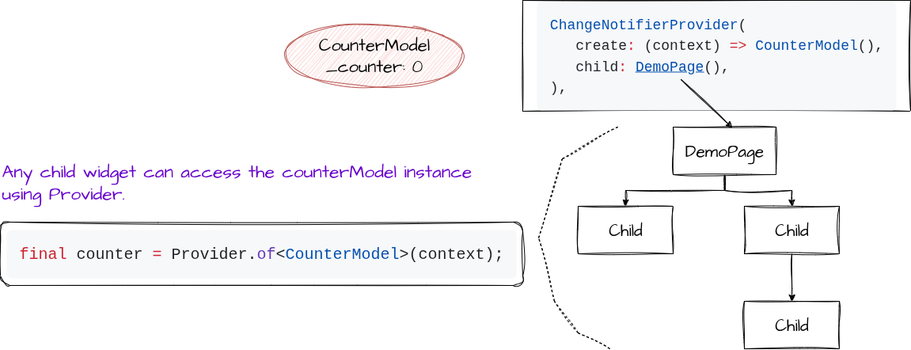
Before: lab-5/second/Provider.png, a diagram exported from draw.io (TekCreek/flutter-examples). Source tidied: cells renumbered, new cells last; positions are measured from the earlier drawing's top-left corner, leaving out a move shared by most shapes.
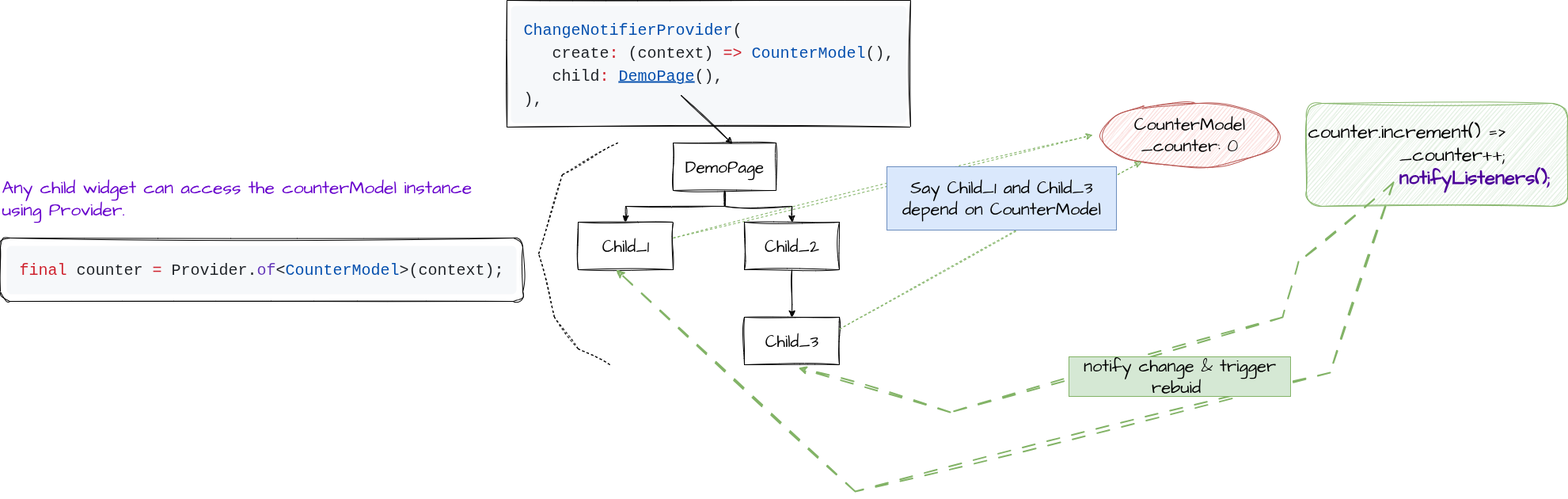
Above is the later version.

Diff of the diagram source:
```diff
@@ -2,22 +2,19 @@
   <root>
     <mxCell id="0" />
     <mxCell id="1" parent="0" />
-    <mxCell id="2" value="CounterModel&lt;div&gt;_counter: 0&lt;/div&gt;" style="ellipse;whiteSpace=wrap;html=1;sketch=1;hachureGap=4;jiggle=2;curveFitting=1;fontFamily=Architects Daughter;fontSource=https%3A%2F%2Ffonts.googleapis.com%2Fcss%3Ffamily%3DArchitects%2BDaughter;fontSize=22;fillColor=#f8cecc;strokeColor=#b85450;" parent="1" vertex="1">
-      <mxGeometry x="360" y="30" width="225" height="80" as="geometry" />
-    </mxCell>
-    <mxCell id="3" value="&lt;pre style=&quot;box-sizing: border-box; font-family: &amp;quot;Monaspace Neon&amp;quot;, ui-monospace, SFMono-Regular, &amp;quot;SF Mono&amp;quot;, Menlo, Consolas, &amp;quot;Liberation Mono&amp;quot;, monospace; margin-top: 0px; margin-bottom: 0px; tab-size: 4; overflow-wrap: normal; padding: 16px; overflow: auto; line-height: 1.45; color: rgb(31, 35, 40); background-color: rgb(246, 248, 250); border-radius: 6px; word-break: normal; min-height: 52px; text-align: start;&quot;&gt;&lt;font&gt;&lt;span style=&quot;box-sizing: border-box; color: rgb(5, 80, 174);&quot; class=&quot;pl-c1&quot;&gt;ChangeNotifierProvider&lt;/span&gt;(&lt;br&gt;   create&lt;span style=&quot;box-sizing: border-box; color: rgb(207, 34, 46);&quot; class=&quot;pl-k&quot;&gt;:&lt;/span&gt; (context) &lt;span style=&quot;box-sizing: border-box; color: rgb(207, 34, 46);&quot; class=&quot;pl-k&quot;&gt;=&amp;gt;&lt;/span&gt; &lt;span style=&quot;box-sizing: border-box; color: rgb(5, 80, 174);&quot; class=&quot;pl-c1&quot;&gt;CounterModel&lt;/span&gt;(),&lt;br&gt;   child&lt;span style=&quot;box-sizing: border-box; color: rgb(207, 34, 46);&quot; class=&quot;pl-k&quot;&gt;:&lt;/span&gt; &lt;span style=&quot;box-sizing: border-box; color: rgb(5, 80, 174);&quot; class=&quot;pl-c1&quot;&gt;&lt;u&gt;DemoPage&lt;/u&gt;&lt;/span&gt;(),&lt;br&gt;),&lt;/font&gt;&lt;/pre&gt;" style="rounded=0;whiteSpace=wrap;html=1;sketch=1;hachureGap=4;jiggle=2;curveFitting=1;strokeColor=default;align=center;verticalAlign=middle;fontFamily=Architects Daughter;fontSource=https%3A%2F%2Ffonts.googleapis.com%2Fcss%3Ffamily%3DArchitects%2BDaughter;fontSize=18;fontColor=default;fillColor=default;" parent="1" vertex="1">
-      <mxGeometry x="660" width="490" height="140" as="geometry" />
+    <mxCell id="3" value="&lt;pre style=&quot;box-sizing: border-box; font-family: &amp;quot;Monaspace Neon&amp;quot;, ui-monospace, SFMono-Regular, &amp;quot;SF Mono&amp;quot;, Menlo, Consolas, &amp;quot;Liberation Mono&amp;quot;, monospace; margin-top: 0px; margin-bottom: 0px; tab-size: 4; overflow-wrap: normal; padding: 16px; overflow: auto; line-height: 1.45; color: rgb(31, 35, 40); background-color: rgb(246, 248, 250); border-radius: 6px; word-break: normal; min-height: 52px; text-align: start;&quot;&gt;&lt;font&gt;&lt;span style=&quot;box-sizing: border-box; color: rgb(5, 80, 174);&quot; class=&quot;pl-c1&quot;&gt;ChangeNotifierProvider&lt;/span&gt;(&lt;br&gt;   create&lt;span style=&quot;box-sizing: border-box; color: rgb(207, 34, 46);&quot; class=&quot;pl-k&quot;&gt;:&lt;/span&gt; (context) &lt;span style=&quot;box-sizing: border-box; color: rgb(207, 34, 46);&quot; class=&quot;pl-k&quot;&gt;=&amp;gt;&lt;/span&gt; &lt;span style=&quot;box-sizing: border-box; color: rgb(5, 80, 174);&quot; class=&quot;pl-c1&quot;&gt;CounterModel&lt;/span&gt;(),&lt;br&gt;   child&lt;span style=&quot;box-sizing: border-box; color: rgb(207, 34, 46);&quot; class=&quot;pl-k&quot;&gt;:&lt;/span&gt; &lt;span style=&quot;box-sizing: border-box; color: rgb(5, 80, 174);&quot; class=&quot;pl-c1&quot;&gt;&lt;u&gt;DemoPage&lt;/u&gt;&lt;/span&gt;(),&lt;br&gt;),&lt;/font&gt;&lt;/pre&gt;" style="rounded=0;whiteSpace=wrap;html=1;sketch=1;hachureGap=4;jiggle=2;curveFitting=1;strokeColor=default;align=center;verticalAlign=middle;fontFamily=Architects Daughter;fontSource=https%3A%2F%2Ffonts.googleapis.com%2Fcss%3Ffamily%3DArchitects%2BDaughter;fontSize=20;fontColor=default;fillColor=default;" parent="1" vertex="1">
+      <mxGeometry x="640" y="-20" width="510" height="160" as="geometry" />
     </mxCell>
-    <mxCell id="4" value="Child" style="rounded=0;whiteSpace=wrap;html=1;sketch=1;hachureGap=4;jiggle=2;curveFitting=1;strokeColor=default;align=center;verticalAlign=middle;fontFamily=Architects Daughter;fontSource=https%3A%2F%2Ffonts.googleapis.com%2Fcss%3Ffamily%3DArchitects%2BDaughter;fontSize=21;fontColor=default;fillColor=default;" parent="1" vertex="1">
+    <mxCell id="4" value="Child_1" style="rounded=0;whiteSpace=wrap;html=1;sketch=1;hachureGap=4;jiggle=2;curveFitting=1;strokeColor=default;align=center;verticalAlign=middle;fontFamily=Architects Daughter;fontSource=https%3A%2F%2Ffonts.googleapis.com%2Fcss%3Ffamily%3DArchitects%2BDaughter;fontSize=21;fontColor=default;fillColor=default;" parent="1" vertex="1">
       <mxGeometry x="730" y="260" width="120" height="60" as="geometry" />
     </mxCell>
     <mxCell id="5" style="edgeStyle=orthogonalEdgeStyle;rounded=0;sketch=1;hachureGap=4;jiggle=2;curveFitting=1;jettySize=auto;html=1;entryX=0.5;entryY=0;entryDx=0;entryDy=0;fontFamily=Architects Daughter;fontSource=https%3A%2F%2Ffonts.googleapis.com%2Fcss%3Ffamily%3DArchitects%2BDaughter;fontSize=18;fontColor=default;" parent="1" edge="1" source="6" target="7">
       <mxGeometry relative="1" as="geometry" />
     </mxCell>
-    <mxCell id="6" value="Child" style="rounded=0;whiteSpace=wrap;html=1;sketch=1;hachureGap=4;jiggle=2;curveFitting=1;strokeColor=default;align=center;verticalAlign=middle;fontFamily=Architects Daughter;fontSource=https%3A%2F%2Ffonts.googleapis.com%2Fcss%3Ffamily%3DArchitects%2BDaughter;fontSize=21;fontColor=default;fillColor=default;" parent="1" vertex="1">
+    <mxCell id="6" value="Child_2" style="rounded=0;whiteSpace=wrap;html=1;sketch=1;hachureGap=4;jiggle=2;curveFitting=1;strokeColor=default;align=center;verticalAlign=middle;fontFamily=Architects Daughter;fontSource=https%3A%2F%2Ffonts.googleapis.com%2Fcss%3Ffamily%3DArchitects%2BDaughter;fontSize=21;fontColor=default;fillColor=default;" parent="1" vertex="1">
       <mxGeometry x="940" y="260" width="120" height="60" as="geometry" />
     </mxCell>
-    <mxCell id="7" value="Child" style="rounded=0;whiteSpace=wrap;html=1;sketch=1;hachureGap=4;jiggle=2;curveFitting=1;strokeColor=default;align=center;verticalAlign=middle;fontFamily=Architects Daughter;fontSource=https%3A%2F%2Ffonts.googleapis.com%2Fcss%3Ffamily%3DArchitects%2BDaughter;fontSize=21;fontColor=default;fillColor=default;" parent="1" vertex="1">
+    <mxCell id="7" value="Child_3" style="rounded=0;whiteSpace=wrap;html=1;sketch=1;hachureGap=4;jiggle=2;curveFitting=1;strokeColor=default;align=center;verticalAlign=middle;fontFamily=Architects Daughter;fontSource=https%3A%2F%2Ffonts.googleapis.com%2Fcss%3Ffamily%3DArchitects%2BDaughter;fontSize=21;fontColor=default;fillColor=default;" parent="1" vertex="1">
       <mxGeometry x="940" y="380" width="120" height="60" as="geometry" />
     </mxCell>
     <mxCell id="8" style="edgeStyle=orthogonalEdgeStyle;rounded=0;sketch=1;hachureGap=4;jiggle=2;curveFitting=1;jettySize=auto;html=1;fontFamily=Architects Daughter;fontSource=https%3A%2F%2Ffonts.googleapis.com%2Fcss%3Ffamily%3DArchitects%2BDaughter;fontSize=18;fontColor=default;" parent="1" edge="1" source="10" target="4">
@@ -52,5 +49,47 @@
     <mxCell id="14" value="&lt;font style=&quot;color: rgb(102, 0, 204);&quot;&gt;Any child widget can access the counterModel instance using Provider.&lt;/font&gt;" style="text;html=1;align=left;verticalAlign=middle;whiteSpace=wrap;rounded=0;fontFamily=Architects Daughter;fontSource=https%3A%2F%2Ffonts.googleapis.com%2Fcss%3Ffamily%3DArchitects%2BDaughter;fontSize=23;fillColor=default;" parent="1" vertex="1">
       <mxGeometry y="190" width="630" height="80" as="geometry" />
     </mxCell>
+    <mxCell id="2" value="CounterModel&lt;div&gt;_counter: 0&lt;/div&gt;" style="ellipse;whiteSpace=wrap;html=1;sketch=1;hachureGap=4;jiggle=2;curveFitting=1;fontFamily=Architects Daughter;fontSource=https%3A%2F%2Ffonts.googleapis.com%2Fcss%3Ffamily%3DArchitects%2BDaughter;fontSize=22;fillColor=#f8cecc;strokeColor=#b85450;" parent="1" vertex="1">
+      <mxGeometry x="1390" y="110" width="225" height="80" as="geometry" />
+    </mxCell>
+    <mxCell id="15" style="endArrow=classic;html=1;rounded=0;sketch=1;hachureGap=4;jiggle=2;curveFitting=1;fontFamily=Architects Daughter;fontSource=https%3A%2F%2Ffonts.googleapis.com%2Fcss%3Ffamily%3DArchitects%2BDaughter;fontSize=18;fontColor=default;fillColor=#d5e8d4;strokeColor=#82b366;dashed=1;" parent="1" edge="1">
+      <mxGeometry relative="1" as="geometry">
+        <mxPoint x="850" y="280" as="sourcePoint" />
+        <mxPoint x="1380" y="150" as="targetPoint" />
+      </mxGeometry>
+    </mxCell>
+    <mxCell id="16" style="endArrow=classic;html=1;rounded=0;sketch=1;hachureGap=4;jiggle=2;curveFitting=1;fontFamily=Architects Daughter;fontSource=https%3A%2F%2Ffonts.googleapis.com%2Fcss%3Ffamily%3DArchitects%2BDaughter;fontSize=18;fontColor=default;exitX=1;exitY=0.25;exitDx=0;exitDy=0;fillColor=#d5e8d4;strokeColor=#82b366;dashed=1;" parent="1" edge="1" source="7" target="2">
+      <mxGeometry relative="1" as="geometry" />
+    </mxCell>
+    <mxCell id="17" value="Say Child_1 and Child_3 depend on CounterModel" style="text;html=1;align=center;verticalAlign=middle;whiteSpace=wrap;rounded=0;fontFamily=Architects Daughter;fontSource=https%3A%2F%2Ffonts.googleapis.com%2Fcss%3Ffamily%3DArchitects%2BDaughter;fontSize=22;fillColor=#dae8fc;strokeColor=#6c8ebf;" parent="1" vertex="1">
+      <mxGeometry x="1120" y="190" width="290" height="80" as="geometry" />
+    </mxCell>
+    <mxCell id="18" style="edgeStyle=orthogonalEdgeStyle;rounded=0;sketch=1;hachureGap=4;jiggle=2;curveFitting=1;orthogonalLoop=1;jettySize=auto;html=1;exitX=0.5;exitY=1;exitDx=0;exitDy=0;fontFamily=Architects Daughter;fontSource=https%3A%2F%2Ffonts.googleapis.com%2Fcss%3Ffamily%3DArchitects%2BDaughter;fontSize=18;fontColor=default;" parent="1" edge="1" source="17" target="17">
+      <mxGeometry relative="1" as="geometry" />
+    </mxCell>
+    <mxCell id="19" value="counter.increment() =&amp;gt;&lt;div&gt;&amp;nbsp; &amp;nbsp; &amp;nbsp; &amp;nbsp; &amp;nbsp; &amp;nbsp; _counter++;&lt;/div&gt;&lt;div&gt;&amp;nbsp; &amp;nbsp; &amp;nbsp; &amp;nbsp; &amp;nbsp; &amp;nbsp; &lt;b&gt;&lt;font style=&quot;color: rgb(76, 0, 153);&quot;&gt;notifyListeners();&lt;/font&gt;&lt;/b&gt;&lt;/div&gt;" style="rounded=1;whiteSpace=wrap;html=1;sketch=1;hachureGap=4;jiggle=2;curveFitting=1;strokeColor=#82b366;align=left;verticalAlign=middle;fontFamily=Architects Daughter;fontSource=https%3A%2F%2Ffonts.googleapis.com%2Fcss%3Ffamily%3DArchitects%2BDaughter;fontSize=24;fillColor=#d5e8d4;" parent="1" vertex="1">
+      <mxGeometry x="1650" y="110" width="330" height="130" as="geometry" />
+    </mxCell>
+    <mxCell id="20" style="endArrow=classic;html=1;rounded=0;sketch=1;hachureGap=4;jiggle=2;curveFitting=1;fontFamily=Architects Daughter;fontSource=https%3A%2F%2Ffonts.googleapis.com%2Fcss%3Ffamily%3DArchitects%2BDaughter;fontSize=18;fontColor=default;entryX=0.4;entryY=1;entryDx=0;entryDy=0;entryPerimeter=0;dashed=1;dashPattern=8 8;fillColor=#d5e8d4;strokeColor=#82b366;fontStyle=1;strokeWidth=2;" parent="1" edge="1" target="4">
+      <mxGeometry relative="1" as="geometry">
+        <mxPoint x="1760" y="210" as="sourcePoint" />
+        <Array as="points">
+          <mxPoint x="1680" y="450" />
+          <mxPoint x="1080" y="600" />
+        </Array>
+      </mxGeometry>
+    </mxCell>
+    <mxCell id="21" style="endArrow=classic;html=1;rounded=0;sketch=1;hachureGap=4;jiggle=2;curveFitting=1;fontFamily=Architects Daughter;fontSource=https%3A%2F%2Ffonts.googleapis.com%2Fcss%3Ffamily%3DArchitects%2BDaughter;fontSize=18;fontColor=default;entryX=0.567;entryY=1.067;entryDx=0;entryDy=0;entryPerimeter=0;exitX=0.333;exitY=0.769;exitDx=0;exitDy=0;exitPerimeter=0;dashed=1;dashPattern=8 8;fillColor=#d5e8d4;strokeColor=#82b366;fontStyle=1;strokeWidth=2;" parent="1" edge="1" source="19" target="7">
+      <mxGeometry relative="1" as="geometry">
+        <Array as="points">
+          <mxPoint x="1640" y="310" />
+          <mxPoint x="1620" y="380" />
+          <mxPoint x="1200" y="500" />
+        </Array>
+      </mxGeometry>
+    </mxCell>
+    <mxCell id="22" value="&lt;font&gt;notify change &amp;amp; trigger rebuid&amp;nbsp;&lt;/font&gt;" style="text;html=1;align=center;verticalAlign=middle;whiteSpace=wrap;rounded=0;fontFamily=Architects Daughter;fontSource=https%3A%2F%2Ffonts.googleapis.com%2Fcss%3Ffamily%3DArchitects%2BDaughter;fontSize=22;fillColor=#d5e8d4;strokeColor=#82b366;" parent="1" vertex="1">
+      <mxGeometry x="1350" y="430" width="280" height="50" as="geometry" />
+    </mxCell>
   </root>
 </mxGraphModel>
```
